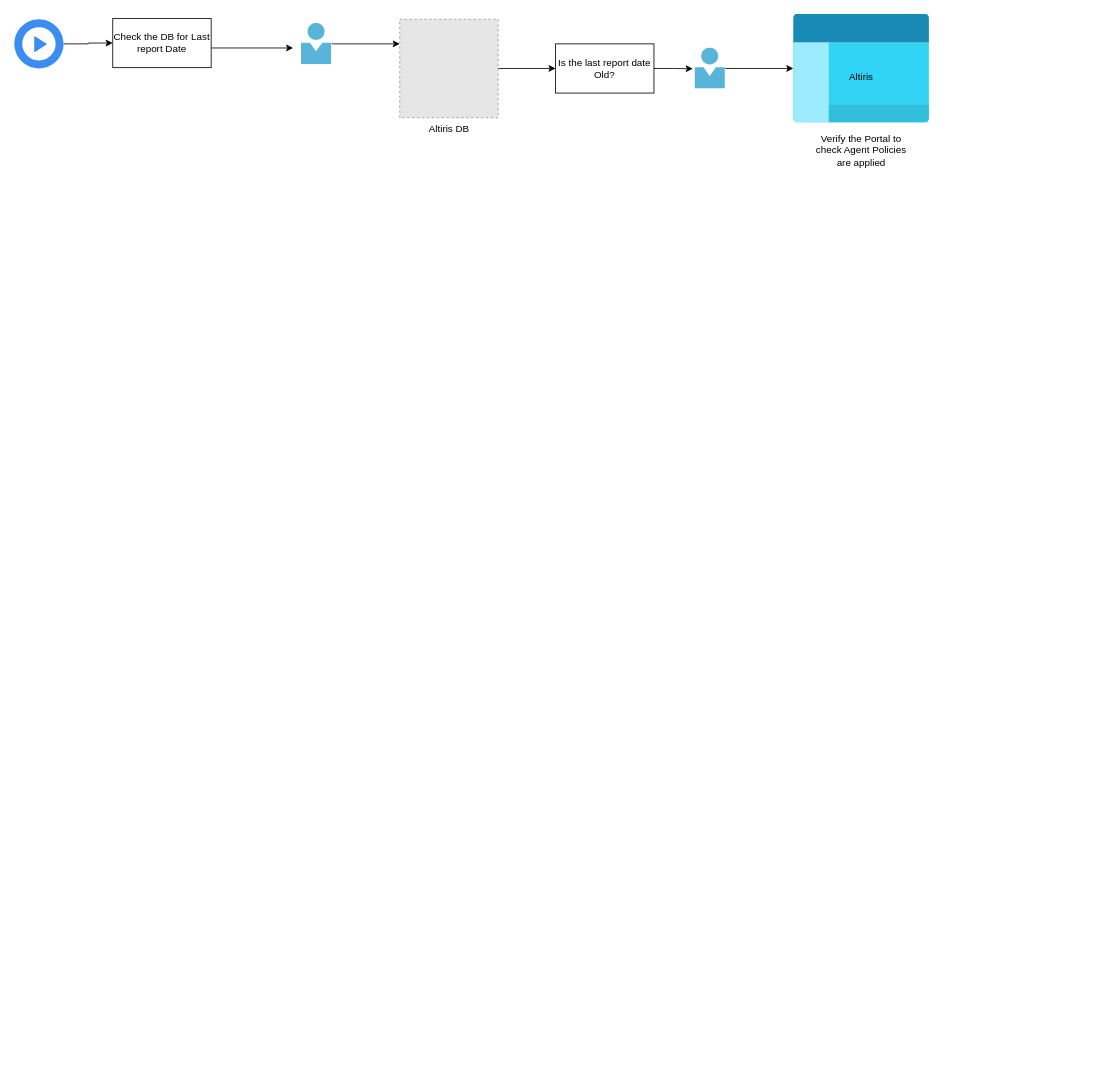
Above: Untitled Diagram.drawio in sandeepshenoyh/MyCode (draw.io), before the change. Source tidied: cells renumbered, new cells numbered last; positions are measured from the earlier drawing's top-left corner, leaving out a move shared by most shapes. Both pictures are drawn from the tidied source at 82%, with x=0, y=0 at pixel (14, 13). Pictures stored in the file or linked from it are replaced by grey dashed boxes.
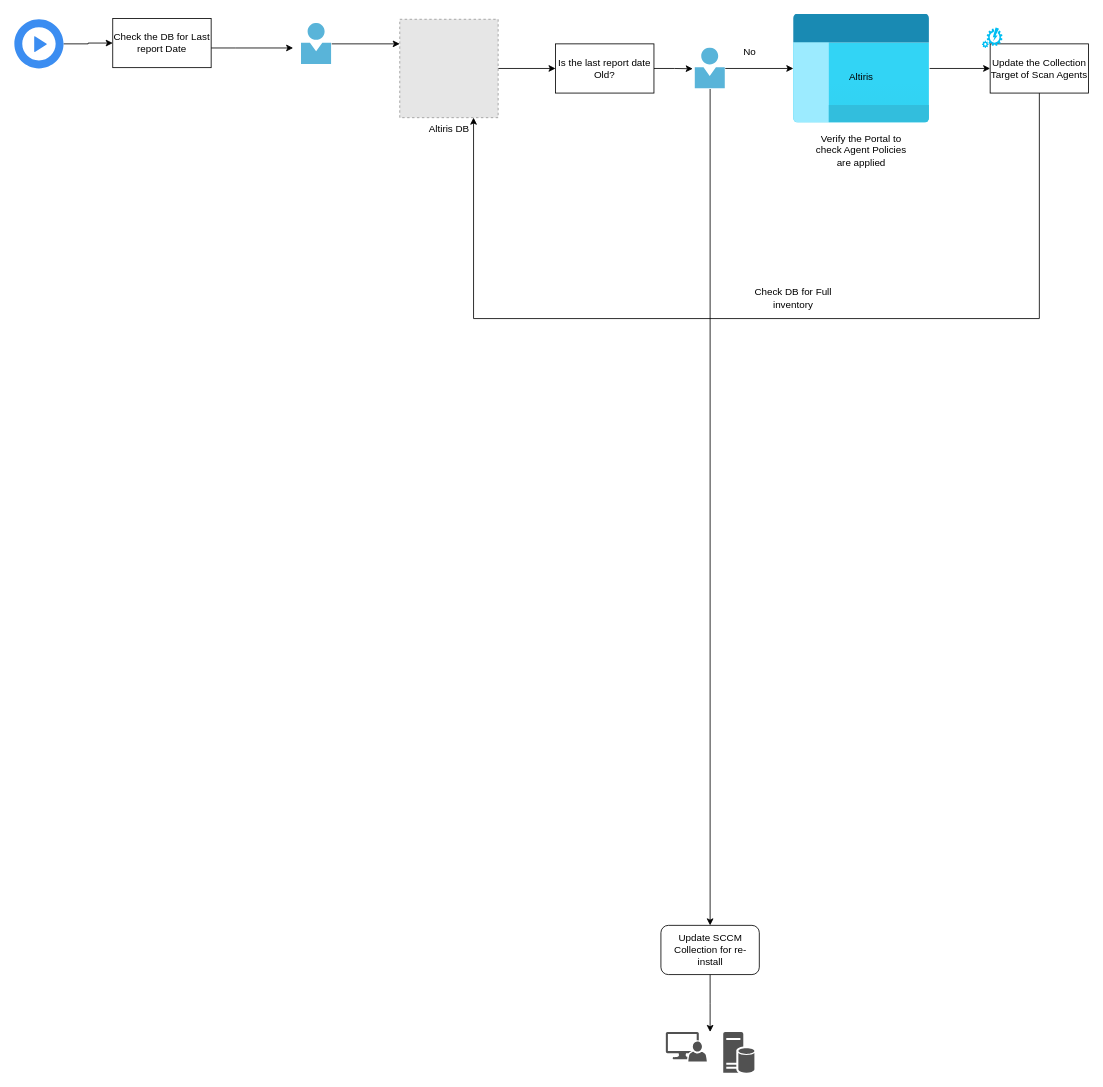
The same diagram, later.

Unchanged cells that the change refers to:
```xml
<mxCell id="5" value="Altiris DB" style="fillColor=#E6E6E6;strokeColor=#999999;dashed=1;html=1;verticalAlign=top;verticalLabelPosition=bottom;labelBackgroundColor=#ffffff;" parent="1" vertex="1">
  <mxGeometry x="470" y="7" width="120" height="120" as="geometry" />
</mxCell>
<mxCell id="13" style="sketch=0;html=1;points=[];align=center;image;fontSize=12;image=img/lib/mscae/Person.svg;" parent="1" vertex="1">
  <mxGeometry x="830" y="42" width="37" height="50" as="geometry" />
</mxCell>
<mxCell id="14" style="html=1;points=[];align=center;image;fontSize=12;image=img/lib/azure2/general/Management_Portal.svg;" parent="1" vertex="1">
  <mxGeometry x="950" y="0.5" width="166.2" height="133" as="geometry" />
</mxCell>
```

Diff of the diagram source:
```diff
@@
+    <mxCell id="17" style="edgeStyle=orthogonalEdgeStyle;rounded=0;jettySize=auto;html=1;" parent="1" edge="1" source="13" target="24">
+      <mxGeometry relative="1" as="geometry" />
+    </mxCell>
@@
+    <mxCell id="18" style="edgeStyle=orthogonalEdgeStyle;rounded=0;jettySize=auto;html=1;entryX=0;entryY=0.5;entryDx=0;entryDy=0;" parent="1" edge="1" source="14" target="20">
+      <mxGeometry relative="1" as="geometry" />
+    </mxCell>
@@
+    <mxCell id="19" style="edgeStyle=orthogonalEdgeStyle;rounded=0;jettySize=auto;html=1;entryX=0.75;entryY=1;entryDx=0;entryDy=0;" parent="1" edge="1" source="20" target="5">
+      <mxGeometry relative="1" as="geometry">
+        <Array as="points">
+          <mxPoint x="1250" y="372" />
+          <mxPoint x="560" y="372" />
+        </Array>
+      </mxGeometry>
+    </mxCell>
+    <mxCell id="20" value="Update the Collection Target of Scan Agents" style="rounded=0;whiteSpace=wrap;html=1;" parent="1" vertex="1">
+      <mxGeometry x="1190" y="37" width="120" height="60" as="geometry" />
+    </mxCell>
+    <mxCell id="21" value="No" style="text;html=1;strokeColor=none;fillColor=none;align=center;verticalAlign=middle;whiteSpace=wrap;rounded=0;" parent="1" vertex="1">
+      <mxGeometry x="867" y="32" width="60" height="30" as="geometry" />
+    </mxCell>
+    <mxCell id="22" style="verticalLabelPosition=bottom;html=1;verticalAlign=top;align=center;strokeColor=none;fillColor=#00BEF2;shape=mxgraph.azure.automation;" parent="1" vertex="1">
+      <mxGeometry x="1180" y="17" width="25" height="25" as="geometry" />
+    </mxCell>
+    <mxCell id="23" style="edgeStyle=orthogonalEdgeStyle;rounded=0;jettySize=auto;html=1;" parent="1" edge="1" source="24">
+      <mxGeometry relative="1" as="geometry">
+        <mxPoint x="848.5" y="1242" as="targetPoint" />
+      </mxGeometry>
+    </mxCell>
+    <mxCell id="24" value="Update SCCM Collection for re-install" style="rounded=1;whiteSpace=wrap;html=1;" parent="1" vertex="1">
+      <mxGeometry x="788.5" y="1112" width="120" height="60" as="geometry" />
+    </mxCell>
+    <mxCell id="25" style="group;" parent="1" vertex="1">
+      <mxGeometry x="794.5" y="1242" width="108" height="50" as="geometry" />
+    </mxCell>
+    <mxCell id="26" style="sketch=0;shadow=0;dashed=0;html=1;strokeColor=none;labelPosition=center;verticalLabelPosition=bottom;verticalAlign=top;align=center;fillColor=#515151;shape=mxgraph.mscae.system_center.admin_console;" parent="25" vertex="1">
+      <mxGeometry width="50" height="36" as="geometry" />
+    </mxCell>
+    <mxCell id="27" style="sketch=0;shadow=0;dashed=0;html=1;strokeColor=none;labelPosition=center;verticalLabelPosition=bottom;verticalAlign=top;align=center;fillColor=#515151;shape=mxgraph.mscae.enterprise.database_server;" parent="25" vertex="1">
+      <mxGeometry x="70" width="38" height="50" as="geometry" />
+    </mxCell>
+    <mxCell id="28" value="Check DB for Full inventory" style="text;html=1;strokeColor=none;fillColor=none;align=center;verticalAlign=middle;whiteSpace=wrap;rounded=0;" parent="1" vertex="1">
+      <mxGeometry x="890" y="332" width="120" height="30" as="geometry" />
+    </mxCell>
```
